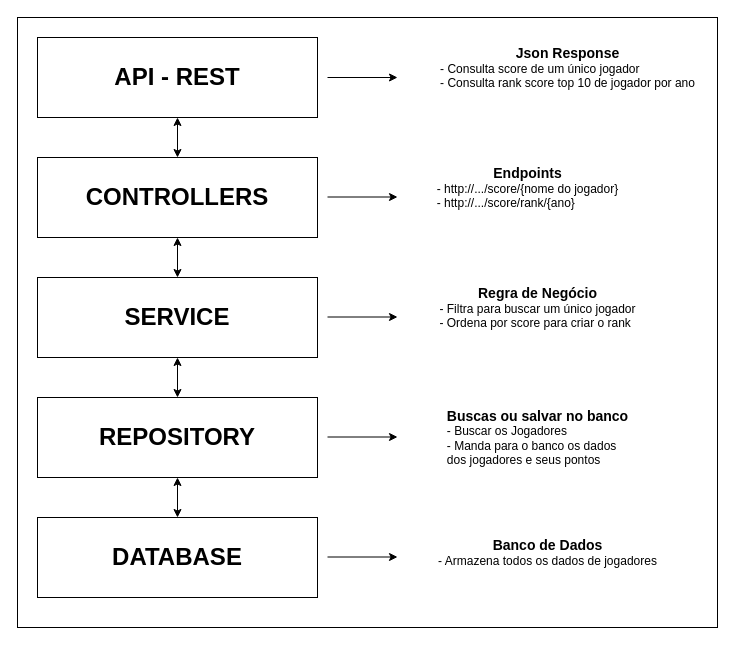
This is src/main/resources/Diagrama sem nome.drawio from Mateusads/soccer-players-score, a draw.io file, before an edit. Source tidied: cells renumbered, new cells numbered last; positions are measured from the earlier drawing's top-left corner, leaving out a move shared by most shapes. Both pictures are drawn from the tidied source at 100%, with x=0, y=0 at pixel (17, 17).
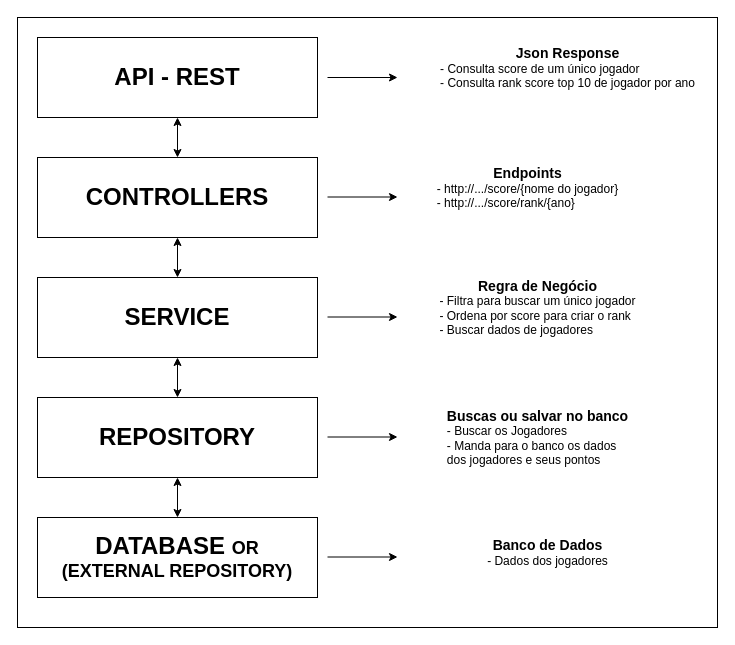
The same diagram, later.

What changed in the source:
```diff
@@
-    <mxCell id="7" value="&lt;span style=&quot;font-size: 24px;&quot;&gt;&lt;b&gt;DATABASE&lt;/b&gt;&lt;/span&gt;" style="rounded=0;whiteSpace=wrap;html=1;" parent="1" vertex="1">
+    <mxCell id="7" value="&lt;b style=&quot;&quot;&gt;&lt;span style=&quot;font-size: 24px;&quot;&gt;DATABASE &lt;/span&gt;&lt;font style=&quot;font-size: 18px;&quot;&gt;OR&lt;br&gt;(EXTERNAL REPOSITORY)&lt;/font&gt;&lt;br&gt;&lt;/b&gt;" style="rounded=0;whiteSpace=wrap;html=1;" parent="1" vertex="1">
       <mxGeometry x="20" y="500" width="280" height="80" as="geometry" />
     </mxCell>
@@
-    <mxCell id="19" value="&lt;b&gt;&lt;font style=&quot;font-size: 14px;&quot;&gt;Regra de Negócio&lt;/font&gt;&lt;/b&gt;&lt;br&gt;&lt;div style=&quot;text-align: justify;&quot;&gt;&lt;span style=&quot;background-color: initial;&quot;&gt;- Filtra para buscar um único jogador&lt;/span&gt;&lt;/div&gt;&lt;div style=&quot;text-align: justify;&quot;&gt;&lt;span style=&quot;background-color: initial;&quot;&gt;- Ordena por score para criar o rank&lt;/span&gt;&lt;/div&gt;" style="text;html=1;align=center;verticalAlign=middle;strokeColor=none;fillColor=none;" parent="1" vertex="1">
-      <mxGeometry x="410" y="260" width="220" height="60" as="geometry" />
+    <mxCell id="19" value="&lt;b&gt;&lt;font style=&quot;font-size: 14px;&quot;&gt;Regra de Negócio&lt;/font&gt;&lt;/b&gt;&lt;br&gt;&lt;div style=&quot;text-align: justify;&quot;&gt;&lt;span style=&quot;background-color: initial;&quot;&gt;- Filtra para buscar um único jogador&lt;/span&gt;&lt;/div&gt;&lt;div style=&quot;text-align: justify;&quot;&gt;&lt;span style=&quot;background-color: initial;&quot;&gt;- Ordena por score para criar o rank&lt;/span&gt;&lt;/div&gt;&lt;div style=&quot;text-align: justify;&quot;&gt;&lt;span style=&quot;background-color: initial;&quot;&gt;- Buscar dados de jogadores&lt;/span&gt;&lt;/div&gt;" style="text;html=1;align=center;verticalAlign=middle;strokeColor=none;fillColor=none;" parent="1" vertex="1">
+      <mxGeometry x="410" y="255" width="220" height="70" as="geometry" />
     </mxCell>
@@
-    <mxCell id="21" value="&lt;b&gt;&lt;font style=&quot;font-size: 14px;&quot;&gt;Banco de Dados&lt;/font&gt;&lt;/b&gt;&lt;br&gt;&lt;div style=&quot;text-align: justify;&quot;&gt;&lt;span style=&quot;background-color: initial;&quot;&gt;- Armazena todos os dados de jogadores&lt;br&gt;&lt;/span&gt;&lt;/div&gt;" style="text;html=1;align=center;verticalAlign=middle;strokeColor=none;fillColor=none;" parent="1" vertex="1">
-      <mxGeometry x="410" y="515" width="240" height="40" as="geometry" />
+    <mxCell id="21" value="&lt;b&gt;&lt;font style=&quot;font-size: 14px;&quot;&gt;Banco de Dados&lt;/font&gt;&lt;/b&gt;&lt;br&gt;&lt;div style=&quot;text-align: justify;&quot;&gt;&lt;span style=&quot;background-color: initial;&quot;&gt;- Dados dos jogadores&lt;br&gt;&lt;/span&gt;&lt;/div&gt;" style="text;html=1;align=center;verticalAlign=middle;strokeColor=none;fillColor=none;" parent="1" vertex="1">
+      <mxGeometry x="460" y="515" width="140" height="40" as="geometry" />
     </mxCell>
```
